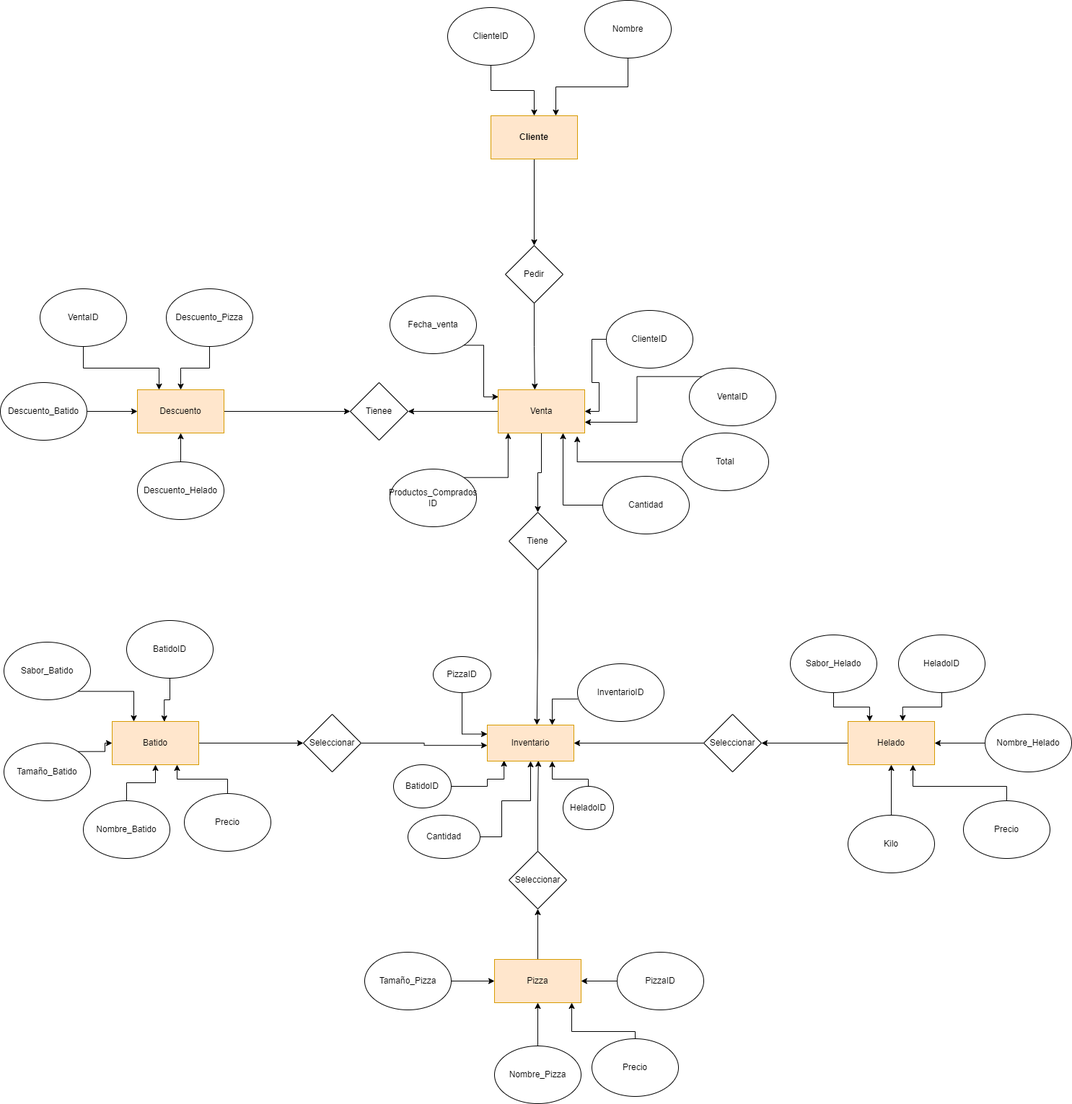
Earlier version of the draw.io export DER Heladeria.drawio.png (Gonzalo-Velasquez/Heladeria-Ledefajo-LAB). Source tidied: cells renumbered, new cells last; positions are measured from the earlier drawing's top-left corner, leaving out a move shared by most shapes.
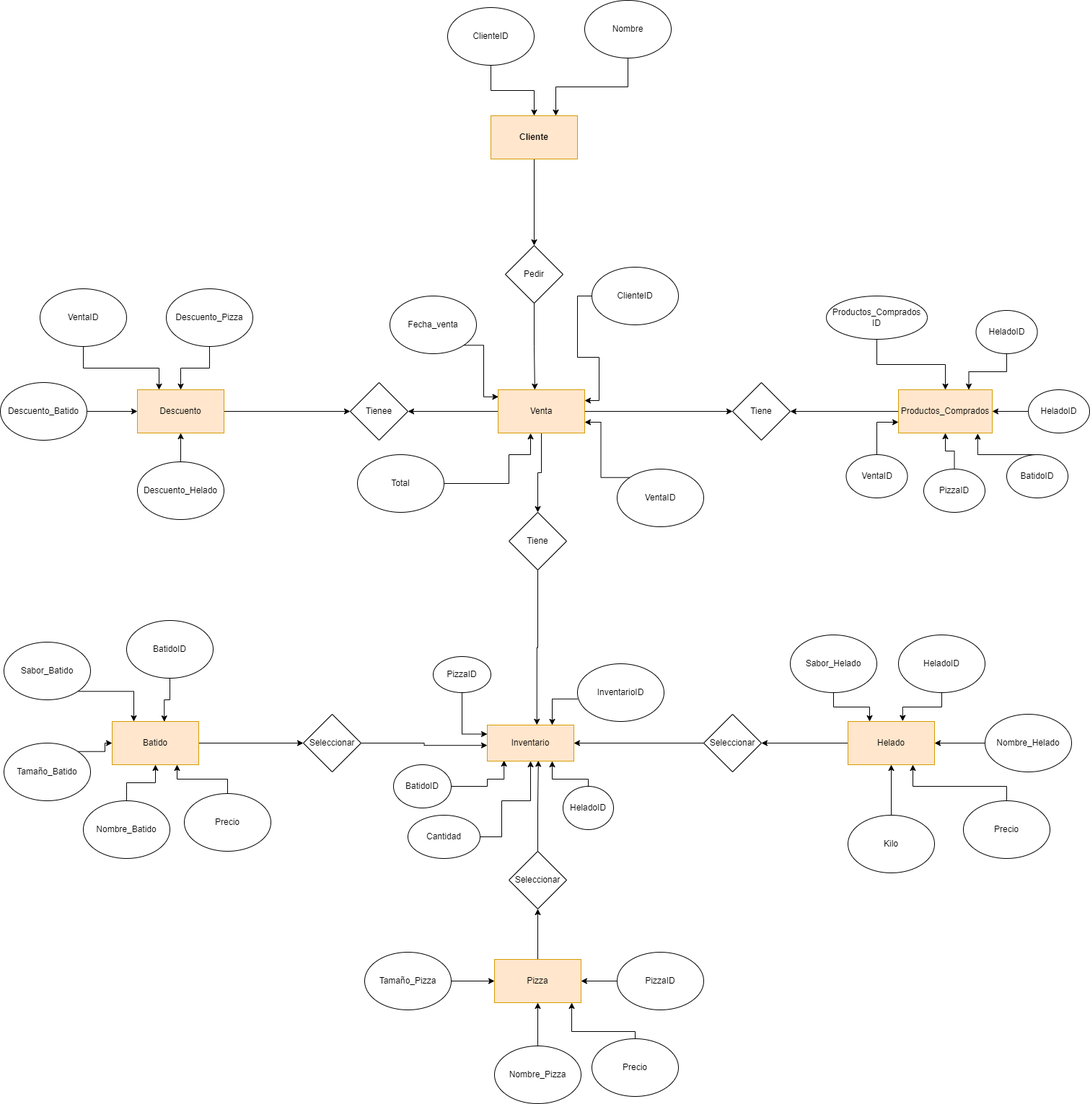
The same file after the commit.

Diff of the diagram source:
```diff
@@ -89,28 +89,32 @@
     <mxCell id="30" style="edgeStyle=orthogonalEdgeStyle;rounded=0;jettySize=auto;html=1;entryX=1;entryY=0.5;entryDx=0;entryDy=0;" parent="1" edge="1" source="31" target="86">
       <mxGeometry relative="1" as="geometry" />
     </mxCell>
+    <mxCell id="89" style="edgeStyle=orthogonalEdgeStyle;rounded=0;jettySize=auto;html=1;entryX=0;entryY=0.5;entryDx=0;entryDy=0;" parent="1" edge="1" source="31" target="90">
+      <mxGeometry relative="1" as="geometry" />
+    </mxCell>
     <mxCell id="31" value="Venta" style="rounded=0;whiteSpace=wrap;html=1;fillColor=#ffe6cc;strokeColor=#d79b00;" parent="1" vertex="1">
       <mxGeometry x="690" y="540" width="120" height="60" as="geometry" />
     </mxCell>
     <mxCell id="32" value="VentaID" style="ellipse;whiteSpace=wrap;html=1;" parent="1" vertex="1">
-      <mxGeometry x="955" y="510" width="120" height="80" as="geometry" />
+      <mxGeometry x="855" y="650" width="120" height="80" as="geometry" />
     </mxCell>
     <mxCell id="33" value="Fecha_venta" style="ellipse;whiteSpace=wrap;html=1;" parent="1" vertex="1">
       <mxGeometry x="540" y="410" width="120" height="80" as="geometry" />
     </mxCell>
-    <mxCell id="34" style="edgeStyle=orthogonalEdgeStyle;rounded=0;jettySize=auto;html=1;entryX=0.914;entryY=1.071;entryDx=0;entryDy=0;entryPerimeter=0;" parent="1" edge="1" source="35" target="31">
+    <mxCell id="34" style="edgeStyle=orthogonalEdgeStyle;rounded=0;jettySize=auto;html=1;entryX=0.375;entryY=1.004;entryDx=0;entryDy=0;entryPerimeter=0;exitX=1;exitY=0.5;exitDx=0;exitDy=0;" parent="1" edge="1" source="35" target="31">
       <mxGeometry relative="1" as="geometry">
         <Array as="points">
-          <mxPoint x="995" y="640" />
-          <mxPoint x="800" y="640" />
+          <mxPoint x="705" y="670" />
+          <mxPoint x="705" y="630" />
+          <mxPoint x="735" y="630" />
         </Array>
       </mxGeometry>
     </mxCell>
     <mxCell id="35" value="Total" style="ellipse;whiteSpace=wrap;html=1;" parent="1" vertex="1">
-      <mxGeometry x="945" y="600" width="120" height="80" as="geometry" />
+      <mxGeometry x="495" y="630" width="120" height="80" as="geometry" />
     </mxCell>
     <mxCell id="36" value="ClienteID" style="ellipse;whiteSpace=wrap;html=1;" parent="1" vertex="1">
-      <mxGeometry x="840" y="430" width="120" height="80" as="geometry" />
+      <mxGeometry x="820" y="370" width="120" height="80" as="geometry" />
     </mxCell>
     <mxCell id="37" style="edgeStyle=orthogonalEdgeStyle;rounded=0;jettySize=auto;html=1;exitX=1;exitY=1;exitDx=0;exitDy=0;entryX=0.004;entryY=0.164;entryDx=0;entryDy=0;entryPerimeter=0;" parent="1" edge="1" source="33" target="31">
       <mxGeometry relative="1" as="geometry">
@@ -120,7 +124,7 @@
         </Array>
       </mxGeometry>
     </mxCell>
-    <mxCell id="38" style="edgeStyle=orthogonalEdgeStyle;rounded=0;jettySize=auto;html=1;exitX=0;exitY=0.5;exitDx=0;exitDy=0;entryX=1;entryY=0.5;entryDx=0;entryDy=0;" parent="1" edge="1" source="36" target="31">
+    <mxCell id="38" style="edgeStyle=orthogonalEdgeStyle;rounded=0;jettySize=auto;html=1;exitX=0;exitY=0.5;exitDx=0;exitDy=0;entryX=1;entryY=0.25;entryDx=0;entryDy=0;" parent="1" edge="1" source="36" target="31">
       <mxGeometry relative="1" as="geometry" />
     </mxCell>
     <mxCell id="39" style="edgeStyle=orthogonalEdgeStyle;rounded=0;jettySize=auto;html=1;exitX=0;exitY=0;exitDx=0;exitDy=0;entryX=1;entryY=0.75;entryDx=0;entryDy=0;" parent="1" edge="1" source="32" target="31">
@@ -147,18 +151,6 @@
     <mxCell id="46" value="Tiene" style="rhombus;whiteSpace=wrap;html=1;" parent="1" vertex="1">
       <mxGeometry x="705" y="710" width="80" height="80" as="geometry" />
     </mxCell>
-    <mxCell id="47" style="edgeStyle=orthogonalEdgeStyle;rounded=0;jettySize=auto;html=1;exitX=0;exitY=0.5;exitDx=0;exitDy=0;entryX=0.75;entryY=1;entryDx=0;entryDy=0;" parent="1" edge="1" source="48" target="31">
-      <mxGeometry relative="1" as="geometry" />
-    </mxCell>
-    <mxCell id="48" value="Cantidad" style="ellipse;whiteSpace=wrap;html=1;" parent="1" vertex="1">
-      <mxGeometry x="835" y="660" width="120" height="80" as="geometry" />
-    </mxCell>
-    <mxCell id="49" value="Productos_Comprados&lt;br&gt;ID" style="ellipse;whiteSpace=wrap;html=1;" parent="1" vertex="1">
-      <mxGeometry x="540" y="650" width="120" height="80" as="geometry" />
-    </mxCell>
-    <mxCell id="50" style="edgeStyle=orthogonalEdgeStyle;rounded=0;jettySize=auto;html=1;exitX=1;exitY=0;exitDx=0;exitDy=0;entryX=0.116;entryY=0.996;entryDx=0;entryDy=0;entryPerimeter=0;" parent="1" edge="1" source="49" target="31">
-      <mxGeometry relative="1" as="geometry" />
-    </mxCell>
     <mxCell id="51" style="edgeStyle=orthogonalEdgeStyle;rounded=0;jettySize=auto;html=1;exitX=0.5;exitY=1;exitDx=0;exitDy=0;entryX=0.573;entryY=-0.004;entryDx=0;entryDy=0;entryPerimeter=0;" parent="1" edge="1" source="46" target="84">
       <mxGeometry relative="1" as="geometry" />
     </mxCell>
@@ -302,5 +294,54 @@
     <mxCell id="88" value="Cantidad" style="ellipse;whiteSpace=wrap;html=1;" parent="1" vertex="1">
       <mxGeometry x="565" y="1130" width="100" height="60" as="geometry" />
     </mxCell>
+    <mxCell id="90" value="Tiene" style="rhombus;whiteSpace=wrap;html=1;" parent="1" vertex="1">
+      <mxGeometry x="1015" y="530" width="80" height="80" as="geometry" />
+    </mxCell>
+    <mxCell id="91" style="edgeStyle=orthogonalEdgeStyle;rounded=0;jettySize=auto;html=1;entryX=1;entryY=0.5;entryDx=0;entryDy=0;" parent="1" edge="1" source="92" target="90">
+      <mxGeometry relative="1" as="geometry" />
+    </mxCell>
+    <mxCell id="92" value="Productos_Comprados" style="rounded=0;whiteSpace=wrap;html=1;fillColor=#ffe6cc;strokeColor=#d79b00;" parent="1" vertex="1">
+      <mxGeometry x="1245" y="540" width="130" height="60" as="geometry" />
+    </mxCell>
+    <mxCell id="93" style="edgeStyle=orthogonalEdgeStyle;rounded=0;jettySize=auto;html=1;" parent="1" edge="1" source="49" target="92">
+      <mxGeometry relative="1" as="geometry" />
+    </mxCell>
+    <mxCell id="49" value="Productos_Comprados ID" style="ellipse;whiteSpace=wrap;html=1;" parent="1" vertex="1">
+      <mxGeometry x="1145" y="410" width="140" height="60" as="geometry" />
+    </mxCell>
+    <mxCell id="94" style="edgeStyle=orthogonalEdgeStyle;rounded=0;jettySize=auto;html=1;entryX=0;entryY=0.75;entryDx=0;entryDy=0;" parent="1" edge="1" source="95" target="92">
+      <mxGeometry relative="1" as="geometry" />
+    </mxCell>
+    <mxCell id="95" value="VentaID" style="ellipse;whiteSpace=wrap;html=1;" parent="1" vertex="1">
+      <mxGeometry x="1172.5" y="630" width="85" height="60" as="geometry" />
+    </mxCell>
+    <mxCell id="96" style="edgeStyle=orthogonalEdgeStyle;rounded=0;jettySize=auto;html=1;" parent="1" edge="1" source="97" target="92">
+      <mxGeometry relative="1" as="geometry" />
+    </mxCell>
+    <mxCell id="97" value="PizzaID" style="ellipse;whiteSpace=wrap;html=1;" parent="1" vertex="1">
+      <mxGeometry x="1280" y="650" width="85" height="60" as="geometry" />
+    </mxCell>
+    <mxCell id="98" style="edgeStyle=orthogonalEdgeStyle;rounded=0;jettySize=auto;html=1;entryX=0.845;entryY=1.011;entryDx=0;entryDy=0;entryPerimeter=0;" parent="1" edge="1" source="99" target="92">
+      <mxGeometry relative="1" as="geometry">
+        <Array as="points">
+          <mxPoint x="1355" y="630" />
+        </Array>
+      </mxGeometry>
+    </mxCell>
+    <mxCell id="99" value="BatidoID " style="ellipse;whiteSpace=wrap;html=1;" parent="1" vertex="1">
+      <mxGeometry x="1395" y="630" width="85" height="60" as="geometry" />
+    </mxCell>
+    <mxCell id="100" style="edgeStyle=orthogonalEdgeStyle;rounded=0;jettySize=auto;html=1;" parent="1" edge="1" source="101" target="92">
+      <mxGeometry relative="1" as="geometry" />
+    </mxCell>
+    <mxCell id="101" value="HeladoID  " style="ellipse;whiteSpace=wrap;html=1;" parent="1" vertex="1">
+      <mxGeometry x="1425" y="540" width="85" height="60" as="geometry" />
+    </mxCell>
+    <mxCell id="102" style="edgeStyle=orthogonalEdgeStyle;rounded=0;jettySize=auto;html=1;entryX=0.75;entryY=0;entryDx=0;entryDy=0;" parent="1" edge="1" source="103" target="92">
+      <mxGeometry relative="1" as="geometry" />
+    </mxCell>
+    <mxCell id="103" value="HeladoID  " style="ellipse;whiteSpace=wrap;html=1;" parent="1" vertex="1">
+      <mxGeometry x="1352.5" y="430" width="85" height="60" as="geometry" />
+    </mxCell>
   </root>
 </mxGraphModel>
```
